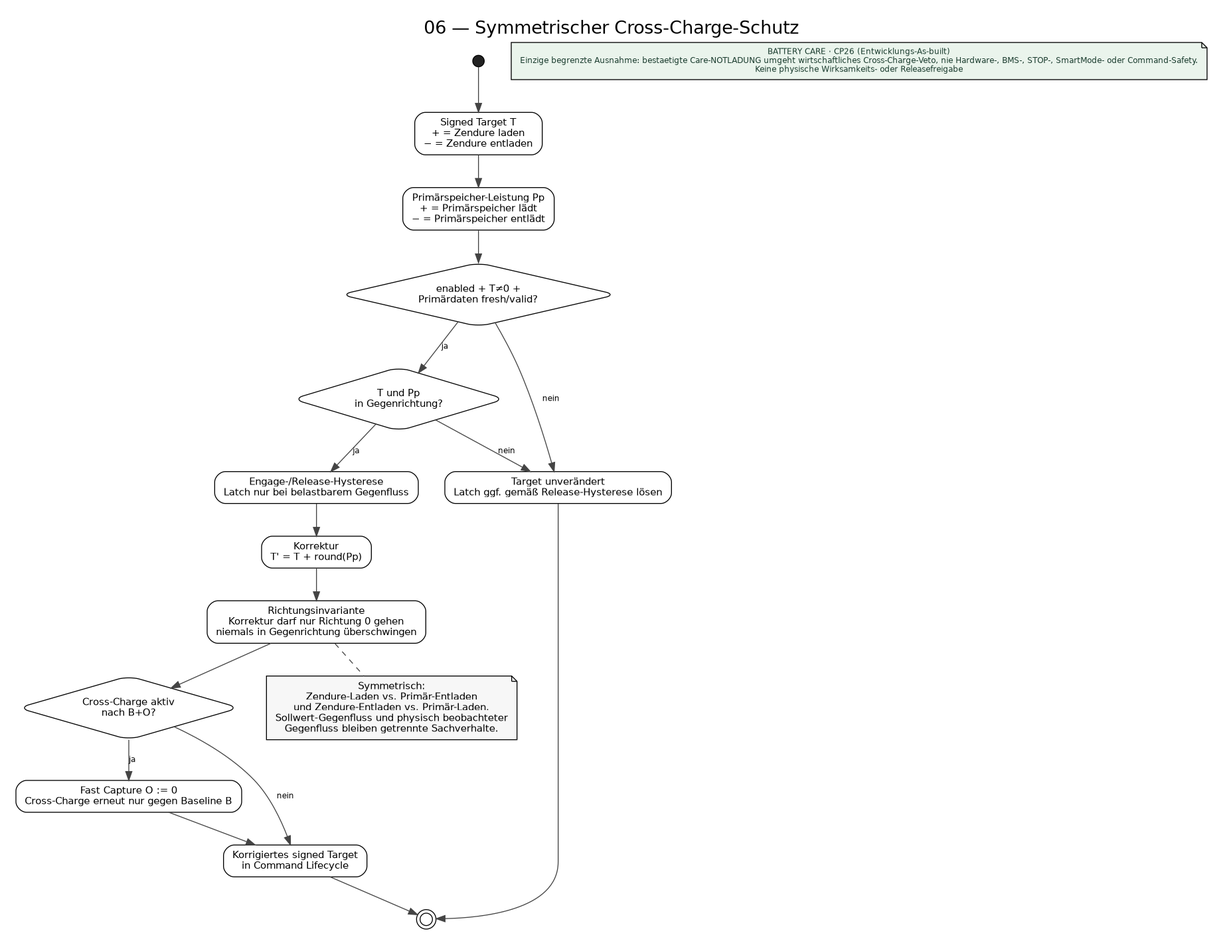
Above: docs/architecture/uml/rendered/06_CROSS_CHARGE_ACTIVITY.png in TTXaser2/zendure-energy-controller (Graphviz), before the change. Its source is kept beside it as docs/architecture/uml/diagrams/06_CROSS_CHARGE_ACTIVITY.dot.
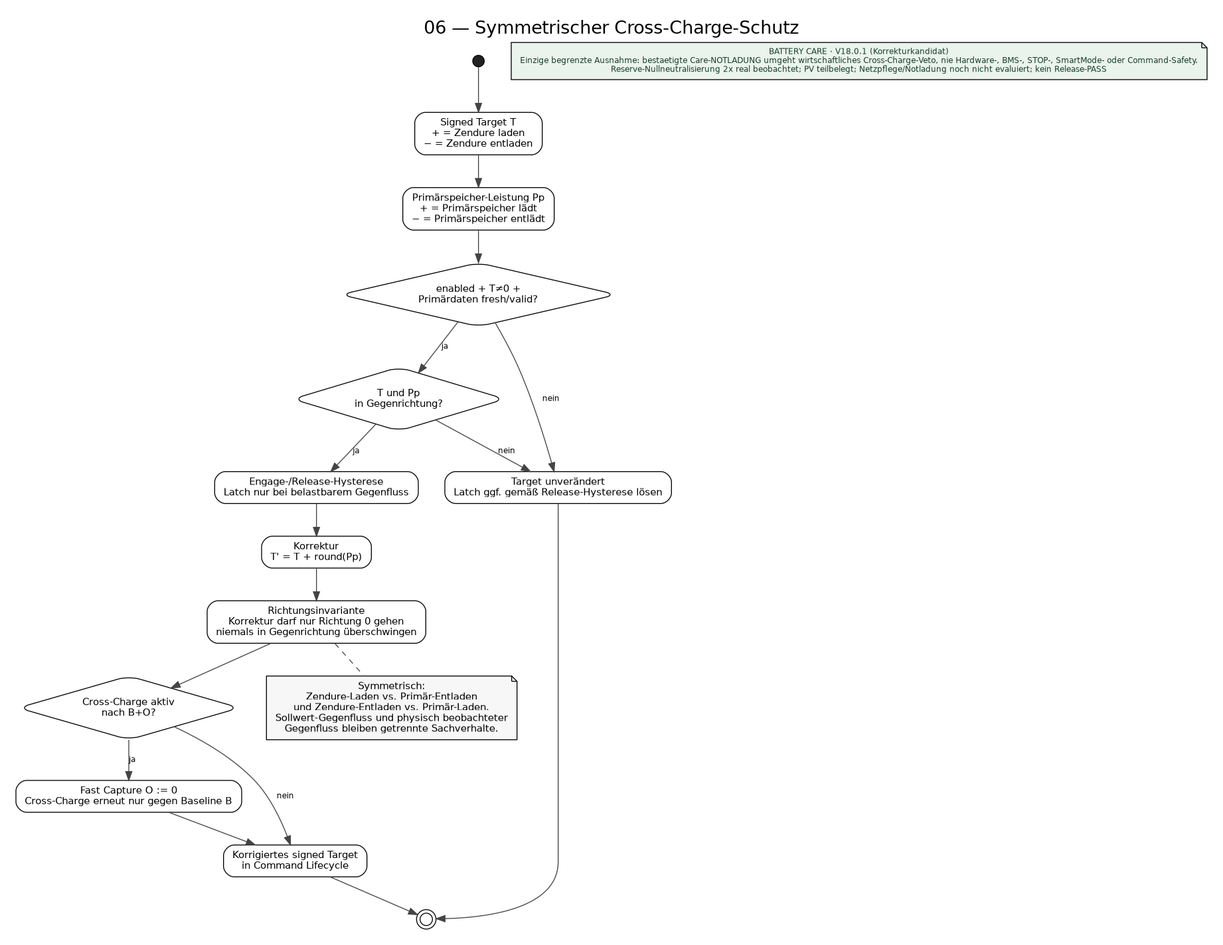
The same diagram one commit later.

Change to the diagram source:
```diff
@@ -32,5 +32,5 @@
   pub -> end;
   clamp -> note [style=dashed, arrowhead=none];
 
-  cp26_care_06 [shape=note, style="filled", fillcolor="#eaf4ec", fontcolor="#193b2d", fontsize=9, label="BATTERY CARE · CP26 (Entwicklungs-As-built)\nEinzige begrenzte Ausnahme: bestaetigte Care-NOTLADUNG umgeht wirtschaftliches Cross-Charge-Veto, nie Hardware-, BMS-, STOP-, SmartMode- oder Command-Safety.\nKeine physische Wirksamkeits- oder Releasefreigabe"];
+  cp26_care_06 [shape=note, style="filled", fillcolor="#eaf4ec", fontcolor="#193b2d", fontsize=9, label="BATTERY CARE · V18.0.1 (Korrekturkandidat)\nEinzige begrenzte Ausnahme: bestaetigte Care-NOTLADUNG umgeht wirtschaftliches Cross-Charge-Veto, nie Hardware-, BMS-, STOP-, SmartMode- oder Command-Safety.\nReserve-Nullneutralisierung 2x real beobachtet; PV teilbelegt; Netzpflege/Notladung noch nicht evaluiert; kein Release-PASS"];
 }
```
